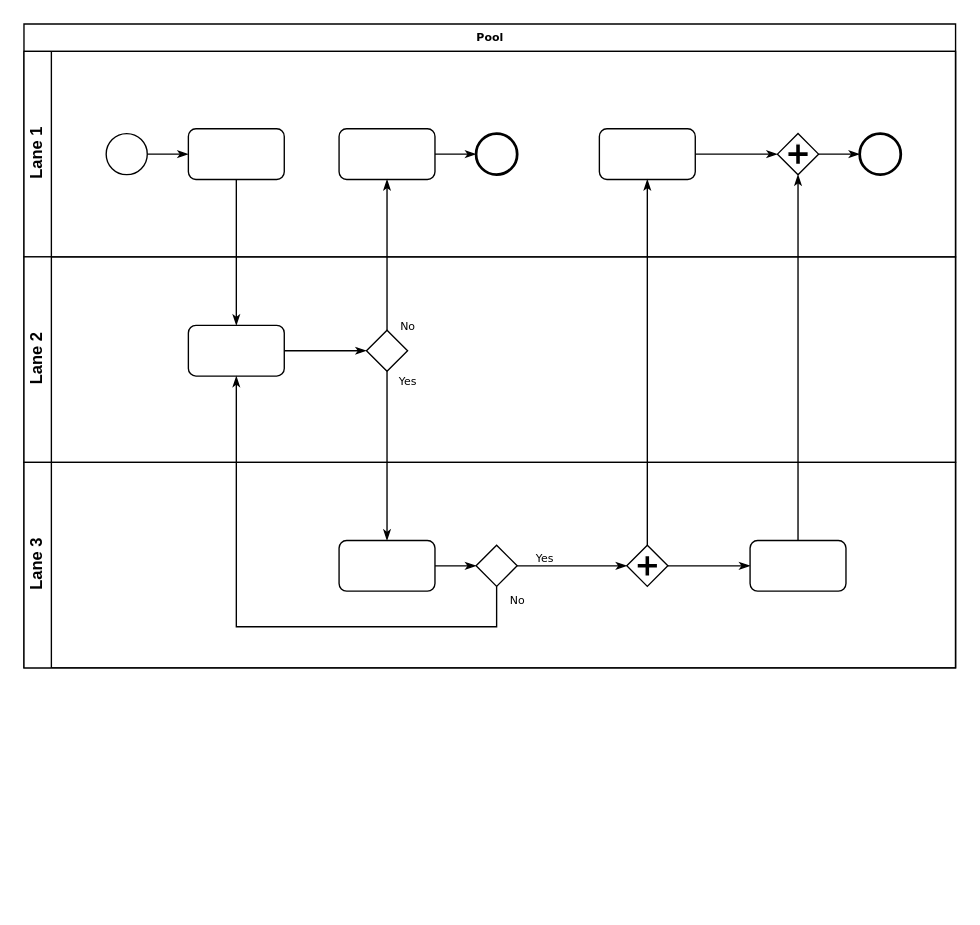
Earlier version of the draw.io diagram page "Page-1" (1 of 2) of c/未命名绘图.drawio (littlelady2015/yctea). Source tidied: cells renumbered, new cells numbered last; positions are measured from the earlier drawing's top-left corner, leaving out a move shared by most shapes. Both pictures are drawn from the tidied source at 137%, with x=0, y=0 at pixel (23, 23).
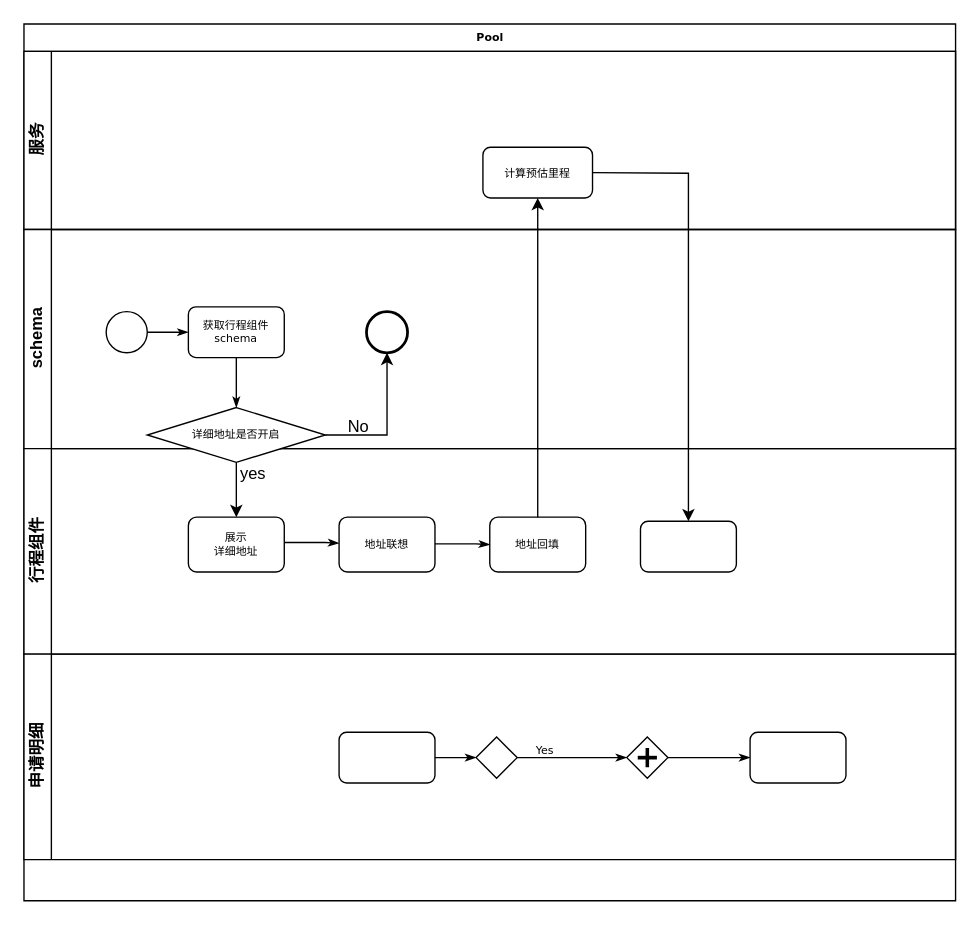
Above is the later version.

Commit message:
更新未命名绘图.drawio

The change refers to these unchanged cells:
```xml
<mxCell id="21" style="rounded=1;whiteSpace=wrap;html=1;shadow=0;labelBackgroundColor=none;strokeWidth=1;fontFamily=Verdana;fontSize=8;align=center;" parent="19" vertex="1">
  <mxGeometry x="230" y="57" width="70" height="37" as="geometry" />
</mxCell>
<mxCell id="23" style="strokeWidth=1;html=1;shape=mxgraph.flowchart.decision;whiteSpace=wrap;rounded=1;shadow=0;labelBackgroundColor=none;fontFamily=Verdana;fontSize=8;align=center;" parent="19" vertex="1">
  <mxGeometry x="330" y="60.5" width="30" height="30" as="geometry" />
</mxCell>
<mxCell id="25" style="shape=mxgraph.bpmn.shape;html=1;verticalLabelPosition=bottom;labelBackgroundColor=#ffffff;verticalAlign=top;perimeter=rhombusPerimeter;background=gateway;outline=none;symbol=parallelGw;rounded=1;shadow=0;strokeWidth=1;fontFamily=Verdana;fontSize=8;align=center;" parent="19" vertex="1">
  <mxGeometry x="440" y="60.5" width="30" height="30" as="geometry" />
</mxCell>
<mxCell id="26" style="rounded=1;whiteSpace=wrap;html=1;shadow=0;labelBackgroundColor=none;strokeWidth=1;fontFamily=Verdana;fontSize=8;align=center;" parent="19" vertex="1">
  <mxGeometry x="530" y="57" width="70" height="37" as="geometry" />
</mxCell>
```

What changed in the source:
```diff
@@
     <mxCell id="2" value="Pool" style="swimlane;html=1;horizontal=1;startSize=20;rounded=0;shadow=0;labelBackgroundColor=none;strokeWidth=1;fontFamily=Verdana;fontSize=8;align=center;" parent="1" vertex="1">
-      <mxGeometry width="680" height="470" as="geometry" />
+      <mxGeometry width="680" height="640" as="geometry" />
     </mxCell>
+    <mxCell id="33" value="服务" style="swimlane;html=1;startSize=20;horizontal=0;" parent="2" vertex="1">
+      <mxGeometry y="20" width="680" height="130" as="geometry" />
+    </mxCell>
+    <mxCell id="34" value="计算预估里程" style="rounded=1;whiteSpace=wrap;html=1;shadow=0;labelBackgroundColor=none;strokeWidth=1;fontFamily=Verdana;fontSize=8;align=center;" parent="33" vertex="1">
+      <mxGeometry x="335" y="70" width="80" height="37" as="geometry" />
+    </mxCell>
-    <mxCell id="3" value="Lane 1" style="swimlane;html=1;startSize=20;horizontal=0;" parent="2" vertex="1">
-      <mxGeometry y="20" width="680" height="150" as="geometry" />
+    <mxCell id="3" value="schema" style="swimlane;html=1;startSize=20;horizontal=0;" parent="2" vertex="1">
+      <mxGeometry y="150" width="680" height="160" as="geometry" />
     </mxCell>
@@
-    <mxCell id="6" style="rounded=1;whiteSpace=wrap;html=1;shadow=0;labelBackgroundColor=none;strokeWidth=1;fontFamily=Verdana;fontSize=8;align=center;" parent="3" vertex="1">
+    <mxCell id="6" value="获取行程组件schema" style="rounded=1;whiteSpace=wrap;html=1;shadow=0;labelBackgroundColor=none;strokeWidth=1;fontFamily=Verdana;fontSize=8;align=center;" parent="3" vertex="1">
       <mxGeometry x="120" y="56.5" width="70" height="37" as="geometry" />
     </mxCell>
-    <mxCell id="7" style="edgeStyle=orthogonalEdgeStyle;rounded=0;html=1;labelBackgroundColor=none;startArrow=none;startFill=0;startSize=5;endArrow=classicThin;endFill=1;endSize=5;jettySize=auto;strokeWidth=1;fontFamily=Verdana;fontSize=8;" parent="3" edge="1" source="8" target="9">
-      <mxGeometry relative="1" as="geometry" />
-    </mxCell>
-    <mxCell id="8" style="rounded=1;whiteSpace=wrap;html=1;shadow=0;labelBackgroundColor=none;strokeWidth=1;fontFamily=Verdana;fontSize=8;align=center;" parent="3" vertex="1">
-      <mxGeometry x="230" y="56.5" width="70" height="37" as="geometry" />
-    </mxCell>
     <mxCell id="9" style="ellipse;whiteSpace=wrap;html=1;rounded=0;shadow=0;labelBackgroundColor=none;strokeWidth=2;fontFamily=Verdana;fontSize=8;align=center;" parent="3" vertex="1">
-      <mxGeometry x="330" y="60" width="30" height="30" as="geometry" />
+      <mxGeometry x="250" y="60" width="30" height="30" as="geometry" />
     </mxCell>
-    <mxCell id="10" style="edgeStyle=orthogonalEdgeStyle;rounded=0;html=1;entryX=0;entryY=0.5;labelBackgroundColor=none;startArrow=none;startFill=0;startSize=5;endArrow=classicThin;endFill=1;endSize=5;jettySize=auto;strokeWidth=1;fontFamily=Verdana;fontSize=8;" parent="3" edge="1" source="11" target="13">
-      <mxGeometry relative="1" as="geometry" />
-    </mxCell>
-    <mxCell id="11" style="rounded=1;whiteSpace=wrap;html=1;shadow=0;labelBackgroundColor=none;strokeWidth=1;fontFamily=Verdana;fontSize=8;align=center;" parent="3" vertex="1">
-      <mxGeometry x="420" y="56.5" width="70" height="37" as="geometry" />
-    </mxCell>
-    <mxCell id="12" style="edgeStyle=orthogonalEdgeStyle;rounded=0;html=1;labelBackgroundColor=none;startArrow=none;startFill=0;startSize=5;endArrow=classicThin;endFill=1;endSize=5;jettySize=auto;strokeWidth=1;fontFamily=Verdana;fontSize=8;" parent="3" edge="1" source="13" target="14">
-      <mxGeometry relative="1" as="geometry" />
-    </mxCell>
-    <mxCell id="13" style="shape=mxgraph.bpmn.shape;html=1;verticalLabelPosition=bottom;labelBackgroundColor=#ffffff;verticalAlign=top;perimeter=rhombusPerimeter;background=gateway;outline=none;symbol=parallelGw;rounded=1;shadow=0;strokeWidth=1;fontFamily=Verdana;fontSize=8;align=center;" parent="3" vertex="1">
-      <mxGeometry x="550" y="60" width="30" height="30" as="geometry" />
-    </mxCell>
-    <mxCell id="14" style="ellipse;whiteSpace=wrap;html=1;rounded=0;shadow=0;labelBackgroundColor=none;strokeWidth=2;fontFamily=Verdana;fontSize=8;align=center;" parent="3" vertex="1">
-      <mxGeometry x="610" y="60" width="30" height="30" as="geometry" />
-    </mxCell>
+    <mxCell id="35" style="endArrow=classic;html=1;rounded=0;exitX=1;exitY=0.5;exitDx=0;exitDy=0;entryX=0.5;entryY=1;entryDx=0;entryDy=0;" parent="3" edge="1" target="9">
+      <mxGeometry relative="1" as="geometry">
+        <mxPoint x="220" y="150" as="sourcePoint" />
+        <Array as="points">
+          <mxPoint x="265" y="150" />
+        </Array>
+      </mxGeometry>
+    </mxCell>
+    <mxCell id="36" value="No" style="text;html=1;align=center;verticalAlign=middle;strokeColor=none;fillColor=none;" parent="3" vertex="1">
+      <mxGeometry x="224" y="129" width="40" height="30" as="geometry" />
+    </mxCell>
-    <mxCell id="15" value="Lane 2" style="swimlane;html=1;startSize=20;horizontal=0;" parent="2" vertex="1">
-      <mxGeometry y="170" width="680" height="150" as="geometry" />
+    <mxCell id="15" value="行程组件" style="swimlane;html=1;startSize=20;horizontal=0;" parent="2" vertex="1">
+      <mxGeometry y="310" width="680" height="150" as="geometry" />
     </mxCell>
-    <mxCell id="16" style="edgeStyle=orthogonalEdgeStyle;rounded=0;html=1;labelBackgroundColor=none;startArrow=none;startFill=0;startSize=5;endArrow=classicThin;endFill=1;endSize=5;jettySize=auto;strokeWidth=1;fontFamily=Verdana;fontSize=8;" parent="15" edge="1" source="17" target="18">
-      <mxGeometry relative="1" as="geometry" />
+    <mxCell id="16" style="edgeStyle=orthogonalEdgeStyle;rounded=0;html=1;labelBackgroundColor=none;startArrow=none;startFill=0;startSize=5;endArrow=classicThin;endFill=1;endSize=5;jettySize=auto;orthogonalLoop=1;strokeWidth=1;fontFamily=Verdana;fontSize=8;" parent="15" edge="1">
+      <mxGeometry relative="1" as="geometry">
+        <mxPoint x="190" y="68.5" as="sourcePoint" />
+        <mxPoint x="230" y="69" as="targetPoint" />
+        <Array as="points">
+          <mxPoint x="220" y="69" />
+          <mxPoint x="220" y="69" />
+        </Array>
+      </mxGeometry>
     </mxCell>
-    <mxCell id="17" style="rounded=1;whiteSpace=wrap;html=1;shadow=0;labelBackgroundColor=none;strokeWidth=1;fontFamily=Verdana;fontSize=8;align=center;" parent="15" vertex="1">
-      <mxGeometry x="120" y="50" width="70" height="37" as="geometry" />
-    </mxCell>
-    <mxCell id="18" style="strokeWidth=1;html=1;shape=mxgraph.flowchart.decision;whiteSpace=wrap;rounded=1;shadow=0;labelBackgroundColor=none;fontFamily=Verdana;fontSize=8;align=center;" parent="15" vertex="1">
-      <mxGeometry x="250" y="53.5" width="30" height="30" as="geometry" />
-    </mxCell>
+    <mxCell id="37" value="展示&lt;br&gt;详细地址" style="rounded=1;whiteSpace=wrap;html=1;shadow=0;labelBackgroundColor=none;strokeWidth=1;fontFamily=Verdana;fontSize=8;align=center;" parent="15" vertex="1">
+      <mxGeometry x="120" y="50" width="70" height="40" as="geometry" />
+    </mxCell>
+    <mxCell id="38" value="yes" style="text;html=1;align=center;verticalAlign=middle;strokeColor=none;fillColor=none;" parent="15" vertex="1">
+      <mxGeometry x="147" y="4" width="40" height="30" as="geometry" />
+    </mxCell>
+    <mxCell id="39" style="endArrow=classic;html=1;rounded=0;entryX=0.5;entryY=0;entryDx=0;entryDy=0;startArrow=none;" parent="15" edge="1" source="40" target="37">
+      <mxGeometry relative="1" as="geometry" />
+    </mxCell>
+    <mxCell id="40" value="详细地址是否开启" style="strokeWidth=1;html=1;shape=mxgraph.flowchart.decision;whiteSpace=wrap;rounded=1;shadow=0;labelBackgroundColor=none;fontFamily=Verdana;fontSize=8;align=center;" parent="15" vertex="1">
+      <mxGeometry x="90" y="-30" width="130" height="40" as="geometry" />
+    </mxCell>
+    <mxCell id="41" value="地址联想" style="rounded=1;whiteSpace=wrap;html=1;shadow=0;labelBackgroundColor=none;strokeWidth=1;fontFamily=Verdana;fontSize=8;align=center;" parent="15" vertex="1">
+      <mxGeometry x="230" y="50" width="70" height="40" as="geometry" />
+    </mxCell>
+    <mxCell id="42" value="地址回填" style="rounded=1;whiteSpace=wrap;html=1;shadow=0;labelBackgroundColor=none;strokeWidth=1;fontFamily=Verdana;fontSize=8;align=center;" parent="15" vertex="1">
+      <mxGeometry x="340" y="50" width="70" height="40" as="geometry" />
+    </mxCell>
+    <mxCell id="43" style="edgeStyle=orthogonalEdgeStyle;rounded=0;html=1;labelBackgroundColor=none;startArrow=none;startFill=0;startSize=5;endArrow=classicThin;endFill=1;endSize=5;jettySize=auto;orthogonalLoop=1;strokeWidth=1;fontFamily=Verdana;fontSize=8;" parent="15" edge="1">
+      <mxGeometry relative="1" as="geometry">
+        <mxPoint x="300" y="69.5" as="sourcePoint" />
+        <mxPoint x="340" y="70" as="targetPoint" />
+        <Array as="points">
+          <mxPoint x="330" y="70" />
+          <mxPoint x="330" y="70" />
+        </Array>
+      </mxGeometry>
+    </mxCell>
+    <mxCell id="44" value="&lt;div style=&quot;text-align: start;&quot;&gt;&lt;span style=&quot;background-color: initial; font-size: 0px;&quot;&gt;&lt;font face=&quot;monospace&quot; color=&quot;rgba(0, 0, 0, 0)&quot;&gt;显示&lt;/font&gt;&lt;/span&gt;&lt;/div&gt;" style="rounded=1;whiteSpace=wrap;html=1;shadow=0;labelBackgroundColor=none;strokeWidth=1;fontFamily=Verdana;fontSize=8;align=center;" parent="15" vertex="1">
+      <mxGeometry x="450" y="53" width="70" height="37" as="geometry" />
+    </mxCell>
-    <mxCell id="19" value="Lane 3" style="swimlane;html=1;startSize=20;horizontal=0;" parent="2" vertex="1">
-      <mxGeometry y="320" width="680" height="150" as="geometry" />
+    <mxCell id="19" value="申请明细" style="swimlane;html=1;startSize=20;horizontal=0;" parent="2" vertex="1">
+      <mxGeometry y="460" width="680" height="150" as="geometry" />
     </mxCell>
@@
-    <mxCell id="27" style="edgeStyle=orthogonalEdgeStyle;rounded=0;html=1;labelBackgroundColor=none;startArrow=none;startFill=0;startSize=5;endArrow=classicThin;endFill=1;endSize=5;jettySize=auto;strokeWidth=1;fontFamily=Verdana;fontSize=8;" parent="2" edge="1" source="6" target="17">
+    <mxCell id="27" style="edgeStyle=orthogonalEdgeStyle;rounded=0;html=1;labelBackgroundColor=none;startArrow=none;startFill=0;startSize=5;endArrow=classicThin;endFill=1;endSize=5;jettySize=auto;strokeWidth=1;fontFamily=Verdana;fontSize=8;entryX=0.5;entryY=0;entryDx=0;entryDy=0;entryPerimeter=0;" parent="2" edge="1" source="6" target="40">
       <mxGeometry relative="1" as="geometry" />
     </mxCell>
-    <mxCell id="28" value="No" style="edgeStyle=orthogonalEdgeStyle;rounded=0;html=1;labelBackgroundColor=none;startArrow=none;startFill=0;startSize=5;endArrow=classicThin;endFill=1;endSize=5;jettySize=auto;strokeWidth=1;fontFamily=Verdana;fontSize=8;" parent="2" edge="1" source="18" target="8">
-      <mxGeometry x="-0.94" y="-15" relative="1" as="geometry" />
-    </mxCell>
-    <mxCell id="29" value="Yes" style="edgeStyle=orthogonalEdgeStyle;rounded=0;html=1;labelBackgroundColor=none;startArrow=none;startFill=0;startSize=5;endArrow=classicThin;endFill=1;endSize=5;jettySize=auto;strokeWidth=1;fontFamily=Verdana;fontSize=8;" parent="2" edge="1" source="18" target="21">
-      <mxGeometry x="-0.89" y="15" relative="1" as="geometry" />
-    </mxCell>
-    <mxCell id="30" style="edgeStyle=orthogonalEdgeStyle;rounded=0;html=1;entryX=0.5;entryY=1;labelBackgroundColor=none;startArrow=none;startFill=0;startSize=5;endArrow=classicThin;endFill=1;endSize=5;jettySize=auto;strokeWidth=1;fontFamily=Verdana;fontSize=8;" parent="2" edge="1" source="26" target="13">
-      <mxGeometry relative="1" as="geometry" />
-    </mxCell>
-    <mxCell id="31" value="No" style="edgeStyle=orthogonalEdgeStyle;rounded=0;html=1;labelBackgroundColor=none;startArrow=none;startFill=0;startSize=5;endArrow=classicThin;endFill=1;endSize=5;jettySize=auto;strokeWidth=1;fontFamily=Verdana;fontSize=8;" parent="2" edge="1" source="23" target="17">
-      <mxGeometry x="-0.95" y="15" relative="1" as="geometry">
-        <Array as="points">
-          <mxPoint x="345" y="440" />
-          <mxPoint x="155" y="440" />
-        </Array>
-      </mxGeometry>
-    </mxCell>
-    <mxCell id="32" style="edgeStyle=orthogonalEdgeStyle;rounded=0;html=1;labelBackgroundColor=none;startArrow=none;startFill=0;startSize=5;endArrow=classicThin;endFill=1;endSize=5;jettySize=auto;strokeWidth=1;fontFamily=Verdana;fontSize=8;" parent="2" edge="1" source="25" target="11">
-      <mxGeometry relative="1" as="geometry" />
-    </mxCell>
+    <mxCell id="45" style="endArrow=classic;html=1;rounded=0;exitX=0.5;exitY=0;exitDx=0;exitDy=0;entryX=0.5;entryY=1;entryDx=0;entryDy=0;" parent="2" edge="1" source="42" target="34">
+      <mxGeometry relative="1" as="geometry" />
+    </mxCell>
+    <mxCell id="46" style="endArrow=classic;html=1;rounded=0;exitX=1;exitY=0.5;exitDx=0;exitDy=0;" parent="2" edge="1" source="34" target="44">
+      <mxGeometry relative="1" as="geometry">
+        <Array as="points">
+          <mxPoint x="485" y="109" />
+        </Array>
+      </mxGeometry>
+    </mxCell>
```
